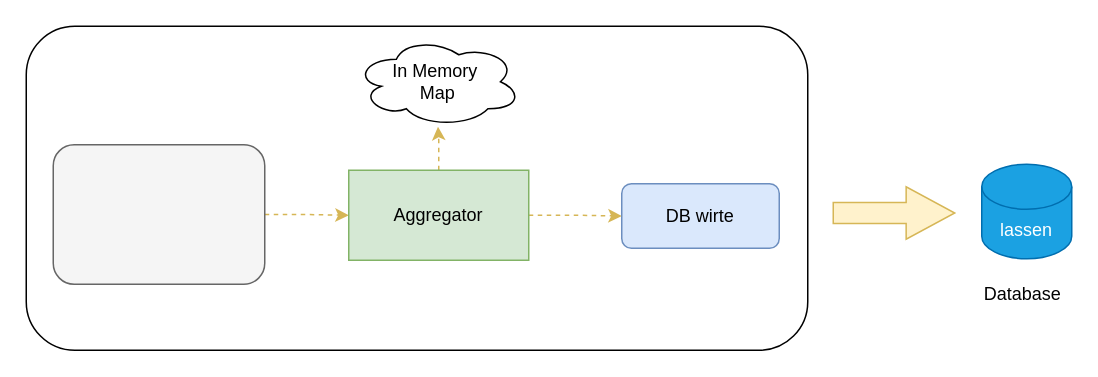
Above: Untitled Diagram.drawio in easyhaloo/config (draw.io), before the change. Source tidied: cells renumbered, new cells numbered last; positions are measured from the earlier drawing's top-left corner, leaving out a move shared by most shapes. Both pictures are drawn from the tidied source at 150%, with x=0, y=0 at pixel (26, 26).
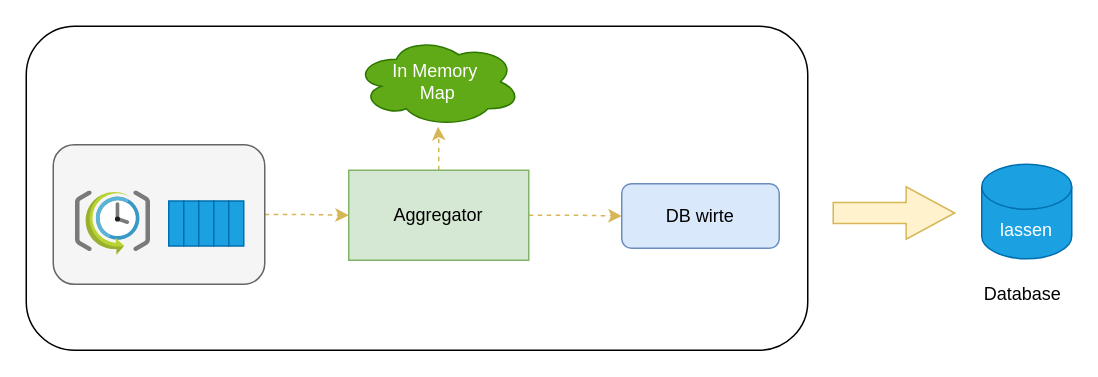
After the change.

What changed in the source:
```diff
@@
 <mxGraphModel>
   <root>
     <mxCell id="0" />
     <mxCell id="1" parent="0" />
     <mxCell id="2" style="rounded=1;whiteSpace=wrap;html=1;" parent="1" vertex="1">
       <mxGeometry width="521" height="216" as="geometry" />
     </mxCell>
     <mxCell id="3" style="edgeStyle=orthogonalEdgeStyle;rounded=0;jettySize=auto;html=1;dashed=1;fillColor=#fff2cc;strokeColor=#d6b656;" parent="1" edge="1" source="4" target="7">
       <mxGeometry relative="1" as="geometry" />
     </mxCell>
     <mxCell id="4" style="rounded=1;whiteSpace=wrap;html=1;fillColor=#f5f5f5;fontColor=#333333;strokeColor=#666666;" parent="1" vertex="1">
       <mxGeometry x="18" y="79" width="141" height="93" as="geometry" />
     </mxCell>
     <mxCell id="5" style="edgeStyle=orthogonalEdgeStyle;rounded=0;jettySize=auto;html=1;dashed=1;fillColor=#fff2cc;strokeColor=#d6b656;" parent="1" edge="1" source="7" target="8">
       <mxGeometry relative="1" as="geometry" />
     </mxCell>
     <mxCell id="6" style="edgeStyle=orthogonalEdgeStyle;rounded=0;jettySize=auto;html=1;dashed=1;fillColor=#fff2cc;strokeColor=#d6b656;" parent="1" edge="1" source="7" target="9">
       <mxGeometry relative="1" as="geometry" />
     </mxCell>
     <mxCell id="7" value="Aggregator" style="rounded=0;whiteSpace=wrap;html=1;fillColor=#d5e8d4;strokeColor=#82b366;" parent="1" vertex="1">
       <mxGeometry x="215" y="96" width="120" height="60" as="geometry" />
     </mxCell>
     <mxCell id="8" value="DB wirte" style="rounded=1;whiteSpace=wrap;html=1;fillColor=#dae8fc;strokeColor=#6c8ebf;" parent="1" vertex="1">
       <mxGeometry x="397" y="105" width="105" height="43" as="geometry" />
     </mxCell>
-    <mxCell id="9" value="In Memory&amp;nbsp;&lt;br&gt;Map" style="ellipse;shape=cloud;whiteSpace=wrap;html=1;" parent="1" vertex="1">
+    <mxCell id="9" value="In Memory&amp;nbsp;&lt;br&gt;Map" style="ellipse;shape=cloud;whiteSpace=wrap;html=1;fillColor=#60a917;fontColor=#ffffff;strokeColor=#2D7600;" parent="1" vertex="1">
       <mxGeometry x="219" y="7" width="111" height="60" as="geometry" />
     </mxCell>
     <mxCell id="10" value="lassen" style="shape=cylinder3;whiteSpace=wrap;html=1;boundedLbl=1;backgroundOutline=1;size=15;fillColor=#1ba1e2;fontColor=#ffffff;strokeColor=#006EAF;" parent="1" vertex="1">
       <mxGeometry x="637" y="92" width="60" height="63" as="geometry" />
     </mxCell>
     <mxCell id="11" value="Database" style="text;html=1;align=center;verticalAlign=middle;strokeColor=none;fillColor=none;" parent="1" vertex="1">
       <mxGeometry x="633" y="170" width="62" height="18" as="geometry" />
     </mxCell>
     <mxCell id="12" style="shape=singleArrow;whiteSpace=wrap;html=1;arrowWidth=0.4;arrowSize=0.4;fillColor=#fff2cc;strokeColor=#d6b656;" parent="1" vertex="1">
       <mxGeometry x="538" y="107" width="81" height="35" as="geometry" />
     </mxCell>
+    <mxCell id="13" style="sketch=0;html=1;align=center;image;fontSize=12;image=img/lib/mscae/SchedulerJobCollection.svg;" parent="1" vertex="1">
+      <mxGeometry x="33" y="110" width="50" height="43" as="geometry" />
+    </mxCell>
+    <mxCell id="14" style="rounded=0;whiteSpace=wrap;html=1;strokeColor=#006EAF;fillColor=#1ba1e2;fontColor=#ffffff;" parent="1" vertex="1">
+      <mxGeometry x="95" y="116.5" width="10" height="30" as="geometry" />
+    </mxCell>
+    <mxCell id="15" style="rounded=0;whiteSpace=wrap;html=1;strokeColor=#006EAF;fillColor=#1ba1e2;fontColor=#ffffff;" parent="1" vertex="1">
+      <mxGeometry x="105" y="116.5" width="10" height="30" as="geometry" />
+    </mxCell>
+    <mxCell id="16" style="rounded=0;whiteSpace=wrap;html=1;strokeColor=#006EAF;fillColor=#1ba1e2;fontColor=#ffffff;" parent="1" vertex="1">
+      <mxGeometry x="115" y="116.5" width="10" height="30" as="geometry" />
+    </mxCell>
+    <mxCell id="17" style="rounded=0;whiteSpace=wrap;html=1;strokeColor=#006EAF;fillColor=#1ba1e2;fontColor=#ffffff;" parent="1" vertex="1">
+      <mxGeometry x="125" y="116.5" width="10" height="30" as="geometry" />
+    </mxCell>
+    <mxCell id="18" style="rounded=0;whiteSpace=wrap;html=1;strokeColor=#006EAF;fillColor=#1ba1e2;fontColor=#ffffff;" parent="1" vertex="1">
+      <mxGeometry x="135" y="116.5" width="10" height="30" as="geometry" />
+    </mxCell>
   </root>
 </mxGraphModel>
```
